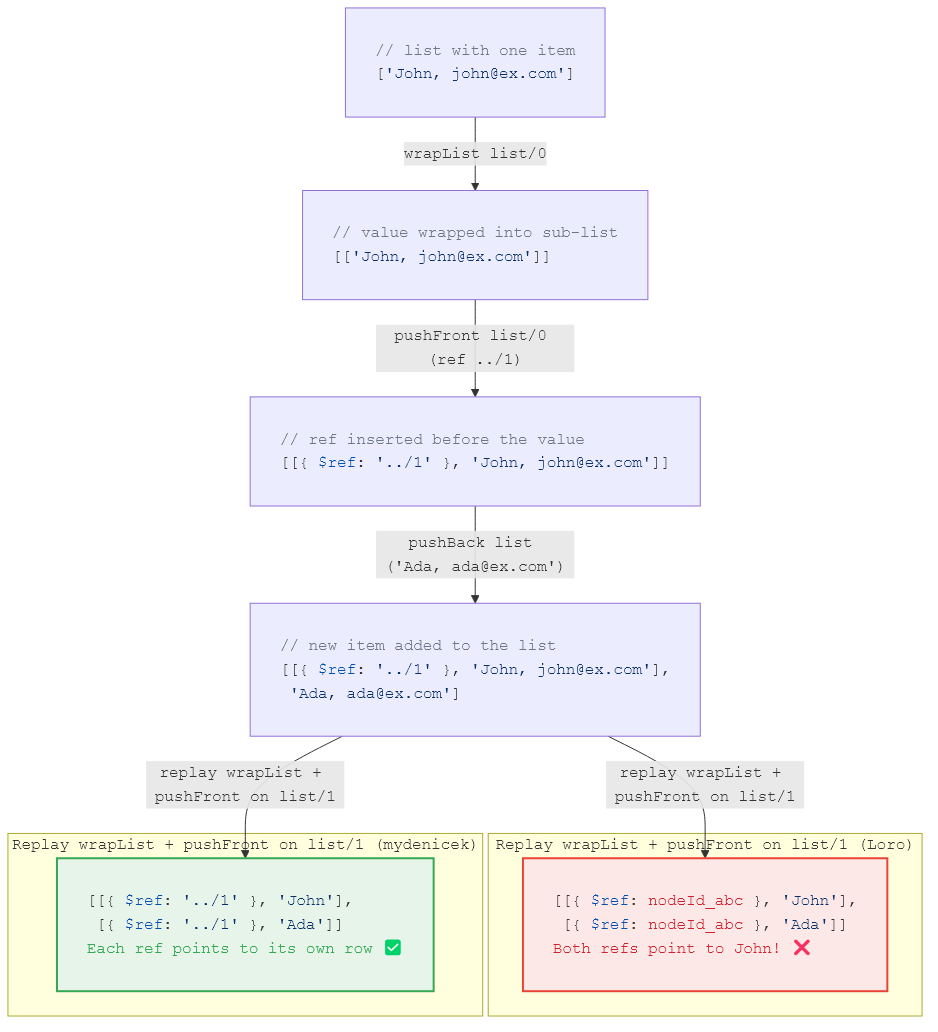
Before: img/retargeting.png, a diagram exported from Mermaid (krsion/master-thesis). Its source is kept beside it as img/retargeting.mmd.
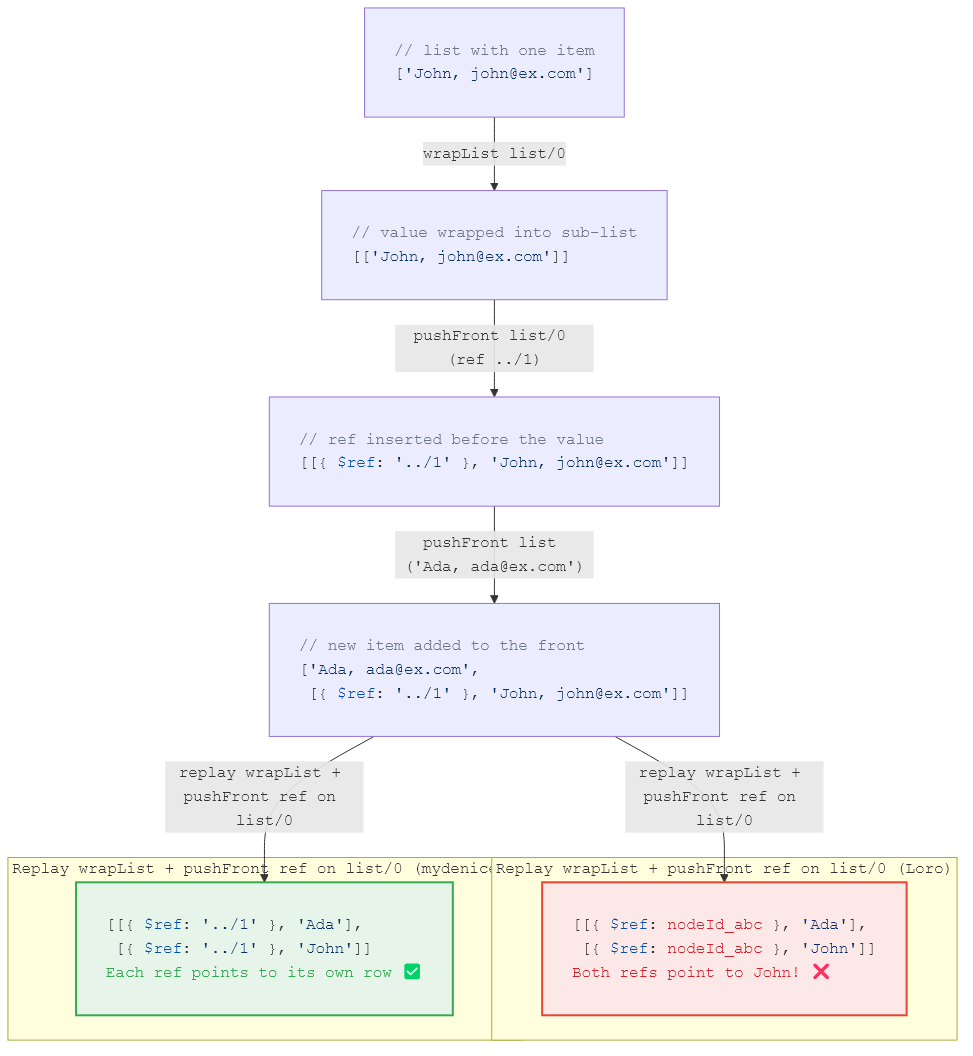
After the commit.

Commit message:
Retargeting diagram: Ada pushed to front of list, not back

pushFront list adds Ada before John, so replay targets list/0
without needing retargeting — makes the example self-contained.

Diff of the diagram source:
```diff
@@ -16,33 +16,33 @@
 </pre>"]
 
     S4["<pre style='text-align:left'>
-<span style='color:#6e7781'>// new item added to the list</span>
-[[{ <span style='color:#0550ae'>$ref</span>: <span style='color:#0a3069'>'../1'</span> }, <span style='color:#0a3069'>'John, john@ex.com'</span>],
- <span style='color:#0a3069'>'Ada, ada@ex.com'</span>]
+<span style='color:#6e7781'>// new item added to the front</span>
+[<span style='color:#0a3069'>'Ada, ada@ex.com'</span>,
+ [{ <span style='color:#0550ae'>$ref</span>: <span style='color:#0a3069'>'../1'</span> }, <span style='color:#0a3069'>'John, john@ex.com'</span>]]
 </pre>"]
 
     S1 -- "wrapList list/0" --> S2
     S2 -- "pushFront list/0 (ref ../1)" --> S3
-    S3 -- "pushBack list ('Ada, ada@ex.com')" --> S4
+    S3 -- "pushFront list ('Ada, ada@ex.com')" --> S4
 
-    subgraph replayLoro["Replay wrapList + pushFront on list/1 (Loro)"]
+    subgraph replayLoro["Replay wrapList + pushFront ref on list/0 (Loro)"]
         RL["<pre style='text-align:left'>
-[[{ <span style='color:#0550ae'>$ref</span>: <span style='color:#cf222e'>nodeId_abc</span> }, <span style='color:#0a3069'>'John'</span>],
- [{ <span style='color:#0550ae'>$ref</span>: <span style='color:#cf222e'>nodeId_abc</span> }, <span style='color:#0a3069'>'Ada'</span>]]
+[[{ <span style='color:#0550ae'>$ref</span>: <span style='color:#cf222e'>nodeId_abc</span> }, <span style='color:#0a3069'>'Ada'</span>],
+ [{ <span style='color:#0550ae'>$ref</span>: <span style='color:#cf222e'>nodeId_abc</span> }, <span style='color:#0a3069'>'John'</span>]]
 <span style='color:#cf222e'>Both refs point to John! ❌</span>
 </pre>"]
     end
 
-    subgraph replayCustom["Replay wrapList + pushFront on list/1 (mydenicek)"]
+    subgraph replayCustom["Replay wrapList + pushFront ref on list/0 (mydenicek)"]
         RC["<pre style='text-align:left'>
-[[{ <span style='color:#0550ae'>$ref</span>: <span style='color:#0a3069'>'../1'</span> }, <span style='color:#0a3069'>'John'</span>],
- [{ <span style='color:#0550ae'>$ref</span>: <span style='color:#0a3069'>'../1'</span> }, <span style='color:#0a3069'>'Ada'</span>]]
+[[{ <span style='color:#0550ae'>$ref</span>: <span style='color:#0a3069'>'../1'</span> }, <span style='color:#0a3069'>'Ada'</span>],
+ [{ <span style='color:#0550ae'>$ref</span>: <span style='color:#0a3069'>'../1'</span> }, <span style='color:#0a3069'>'John'</span>]]
 <span style='color:#34a853'>Each ref points to its own row ✅</span>
 </pre>"]
     end
 
-    S4 -- "replay wrapList + pushFront on list/1" --> RL
-    S4 -- "replay wrapList + pushFront on list/1" --> RC
+    S4 -- "replay wrapList + pushFront ref on list/0" --> RL
+    S4 -- "replay wrapList + pushFront ref on list/0" --> RC
 
     style RL fill:#fce8e6,stroke:#ea4335,stroke-width:2px
     style RC fill:#e6f4ea,stroke:#34a853,stroke-width:2px
```
